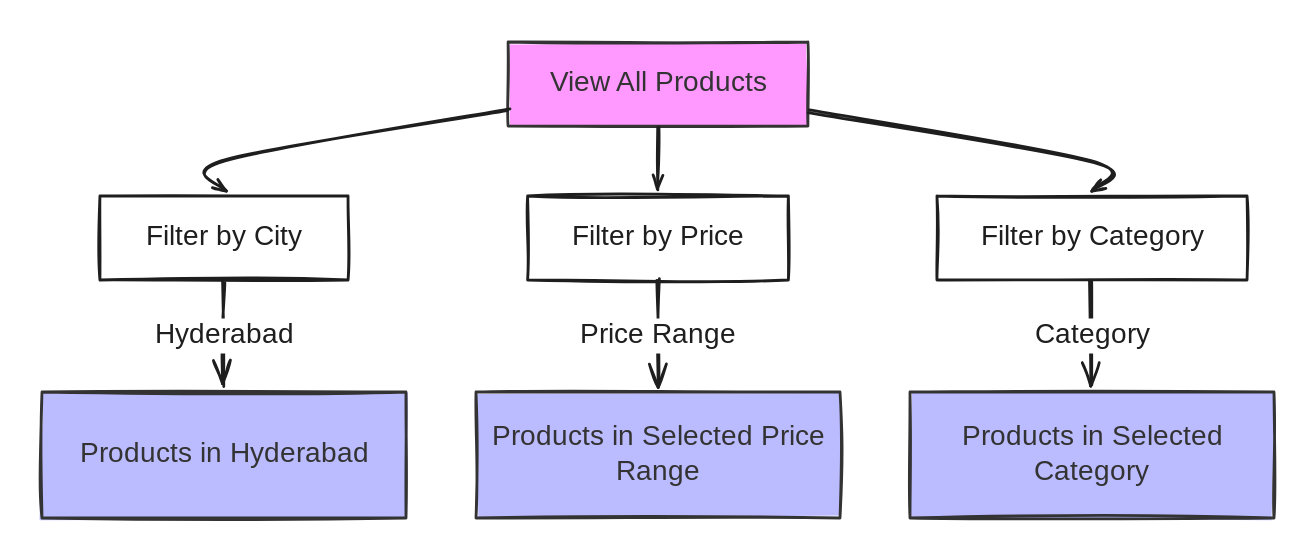
The Excalidraw diagram .gitbook/assets/file.excalidraw (7).svg in AbhiGithub101/stat, before a commit. Source tidied: one line per element, renumbered; positions are measured from the earlier drawing's top-left corner, leaving out a move shared by most shapes. Source of this version:
```json
{"id": 0, "type": "rectangle", "strokeColor": "#333", "backgroundColor": "#f9f", "fillStyle": "solid", "strokeWidth": 2, "roughness": 1, "x": 333, "y": 0, "width": 214, "height": 60}
{"id": 1, "type": "rectangle", "strokeColor": "#1e1e1e", "strokeWidth": 2, "roughness": 1, "x": 41, "y": 110, "width": 177, "height": 60}
{"id": 2, "type": "rectangle", "strokeColor": "#1e1e1e", "strokeWidth": 2, "roughness": 1, "x": 347, "y": 110, "width": 186, "height": 60}
{"id": 3, "type": "rectangle", "strokeColor": "#1e1e1e", "strokeWidth": 2, "roughness": 1, "x": 639, "y": 110, "width": 221, "height": 60}
{"id": 4, "type": "rectangle", "strokeColor": "#333", "backgroundColor": "#bbf", "fillStyle": "solid", "strokeWidth": 2, "roughness": 1, "x": 0, "y": 250, "width": 260, "height": 90}
{"id": 5, "type": "rectangle", "strokeColor": "#333", "backgroundColor": "#bbf", "fillStyle": "solid", "strokeWidth": 2, "roughness": 1, "x": 310, "y": 250, "width": 260, "height": 90}
{"id": 6, "type": "rectangle", "strokeColor": "#333", "backgroundColor": "#bbf", "fillStyle": "solid", "strokeWidth": 2, "roughness": 1, "x": 620, "y": 250, "width": 260, "height": 90}
{"id": 7, "type": "arrow", "strokeColor": "#1e1e1e", "strokeWidth": 2, "roughness": 1, "endArrowhead": "arrow", "round": true, "from": 0, "to": 1, "x": 333, "y": 49, "width": 203, "height": 56, "points": [[0, 0], [-203, 36], [-203, 56]]}
{"id": 8, "type": "arrow", "strokeColor": "#1e1e1e", "strokeWidth": 2, "roughness": 1, "endArrowhead": "arrow", "round": true, "from": 0, "to": 2, "x": 440, "y": 60, "width": 0, "height": 45, "points": [[0, 0], [0, 24], [0, 45]]}
{"id": 9, "type": "arrow", "strokeColor": "#1e1e1e", "strokeWidth": 2, "roughness": 1, "endArrowhead": "arrow", "round": true, "from": 0, "to": 3, "x": 547, "y": 49, "width": 203, "height": 56, "points": [[0, 0], [203, 36], [203, 56]]}
{"id": 10, "type": "arrow", "strokeColor": "#1e1e1e", "strokeWidth": 2, "roughness": 1, "endArrowhead": "arrow", "round": true, "from": 1, "to": 4, "x": 130, "y": 170, "width": 0, "height": 75, "points": [[0, 0], [0, 40], [0, 75]]}
{"id": 11, "type": "arrow", "strokeColor": "#1e1e1e", "strokeWidth": 2, "roughness": 1, "endArrowhead": "arrow", "round": true, "from": 2, "to": 5, "x": 440, "y": 170, "width": 0, "height": 75, "points": [[0, 0], [0, 40], [0, 75]]}
{"id": 12, "type": "arrow", "strokeColor": "#1e1e1e", "strokeWidth": 2, "roughness": 1, "endArrowhead": "arrow", "round": true, "from": 3, "to": 6, "x": 750, "y": 170, "width": 0, "height": 75, "points": [[0, 0], [0, 40], [0, 75]]}
{"id": 13, "type": "text", "text": "View All Products", "strokeColor": "#333", "strokeWidth": 2, "roughness": 1, "fontSize": 20, "fontFamily": 5, "textAlign": "center", "verticalAlign": "middle", "inside": 0, "x": 364, "y": 18, "width": 153, "height": 25}
{"id": 14, "type": "text", "text": "Filter by City", "strokeColor": "#1e1e1e", "strokeWidth": 2, "roughness": 1, "fontSize": 20, "fontFamily": 5, "textAlign": "center", "verticalAlign": "middle", "inside": 1, "x": 75, "y": 128, "width": 110, "height": 25}
{"id": 15, "type": "text", "text": "Filter by Price", "strokeColor": "#1e1e1e", "strokeWidth": 2, "roughness": 1, "fontSize": 20, "fontFamily": 5, "textAlign": "center", "verticalAlign": "middle", "inside": 2, "x": 381, "y": 128, "width": 119, "height": 25}
{"id": 16, "type": "text", "text": "Filter by Category", "strokeColor": "#1e1e1e", "strokeWidth": 2, "roughness": 1, "fontSize": 20, "fontFamily": 5, "textAlign": "center", "verticalAlign": "middle", "inside": 3, "x": 672, "y": 128, "width": 156, "height": 25}
{"id": 17, "type": "text", "text": "Products in Hyderabad", "strokeColor": "#333", "strokeWidth": 2, "roughness": 1, "fontSize": 20, "fontFamily": 5, "textAlign": "center", "verticalAlign": "middle", "inside": 4, "x": 30, "y": 282, "width": 201, "height": 25}
{"id": 18, "type": "text", "text": "Products in Selected Price\nRange", "strokeColor": "#333", "strokeWidth": 2, "roughness": 1, "fontSize": 20, "fontFamily": 5, "textAlign": "center", "verticalAlign": "middle", "inside": 5, "x": 327, "y": 270, "width": 227, "height": 50}
{"id": 19, "type": "text", "text": "Products in Selected\nCategory", "strokeColor": "#333", "strokeWidth": 2, "roughness": 1, "fontSize": 20, "fontFamily": 5, "textAlign": "center", "verticalAlign": "middle", "inside": 6, "x": 661, "y": 270, "width": 179, "height": 50}
{"id": 20, "type": "text", "text": "Hyderabad", "strokeColor": "#1e1e1e", "strokeWidth": 2, "roughness": 1, "fontSize": 20, "fontFamily": 5, "textAlign": "center", "verticalAlign": "middle", "inside": 10, "x": 82, "y": 198, "width": 97, "height": 25}
{"id": 21, "type": "text", "text": "Price Range", "strokeColor": "#1e1e1e", "strokeWidth": 2, "roughness": 1, "fontSize": 20, "fontFamily": 5, "textAlign": "center", "verticalAlign": "middle", "inside": 11, "x": 388, "y": 198, "width": 104, "height": 25}
{"id": 22, "type": "text", "text": "Category", "strokeColor": "#1e1e1e", "strokeWidth": 2, "roughness": 1, "fontSize": 20, "fontFamily": 5, "textAlign": "center", "verticalAlign": "middle", "inside": 12, "x": 710, "y": 198, "width": 81, "height": 25}
```
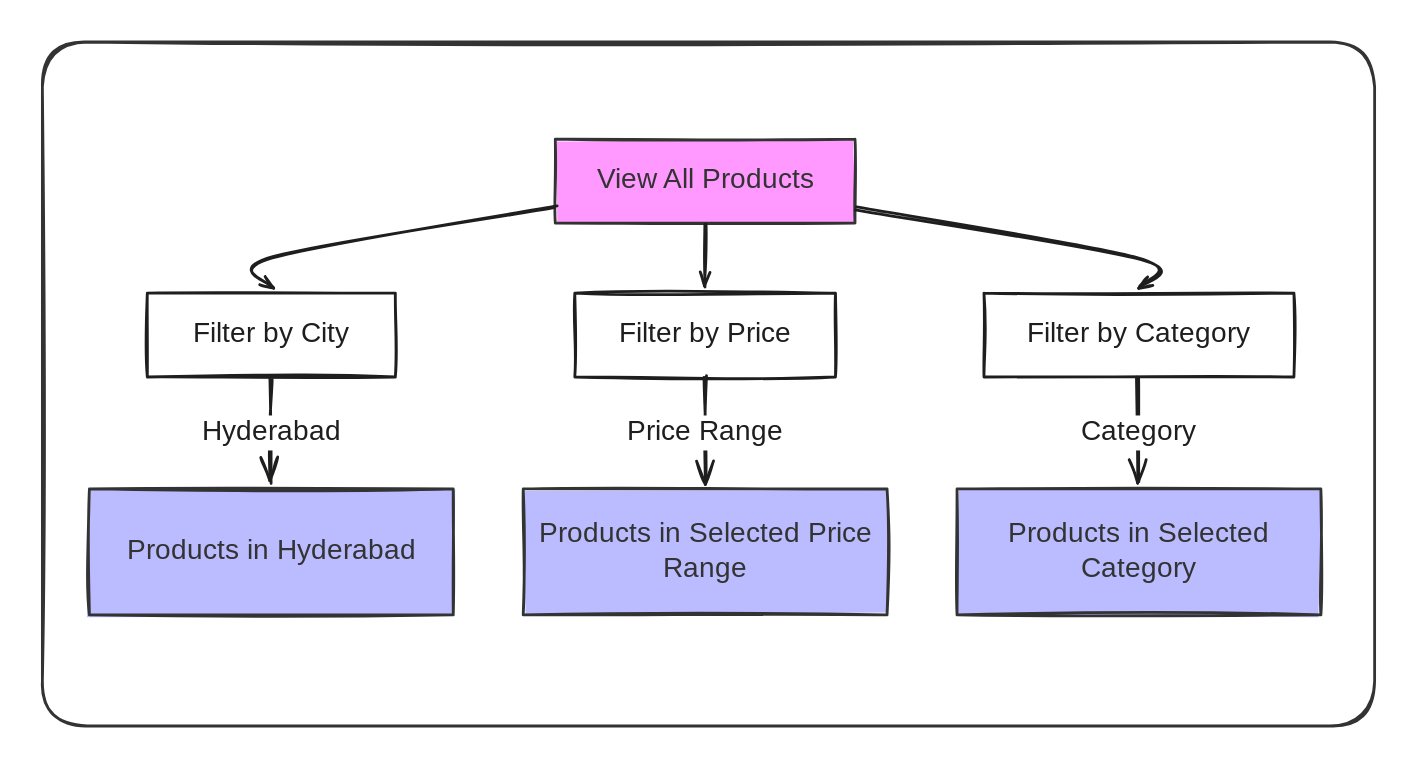
Above is the later version.

Commit message:
GITBOOK-294: No subject

The edit, as a diff of the source:
```diff
@@ -21,3 +21,4 @@
 {"id": 20, "type": "text", "text": "Hyderabad", "strokeColor": "#1e1e1e", "strokeWidth": 2, "roughness": 1, "fontSize": 20, "fontFamily": 5, "textAlign": "center", "verticalAlign": "middle", "inside": 10, "x": 82, "y": 198, "width": 97, "height": 25}
 {"id": 21, "type": "text", "text": "Price Range", "strokeColor": "#1e1e1e", "strokeWidth": 2, "roughness": 1, "fontSize": 20, "fontFamily": 5, "textAlign": "center", "verticalAlign": "middle", "inside": 11, "x": 388, "y": 198, "width": 104, "height": 25}
 {"id": 22, "type": "text", "text": "Category", "strokeColor": "#1e1e1e", "strokeWidth": 2, "roughness": 1, "fontSize": 20, "fontFamily": 5, "textAlign": "center", "verticalAlign": "middle", "inside": 12, "x": 710, "y": 198, "width": 81, "height": 25}
+{"id": 23, "type": "rectangle", "strokeColor": "#333", "strokeWidth": 2, "roughness": 1, "round": true, "x": -34, "y": -69, "width": 952, "height": 489}
```
